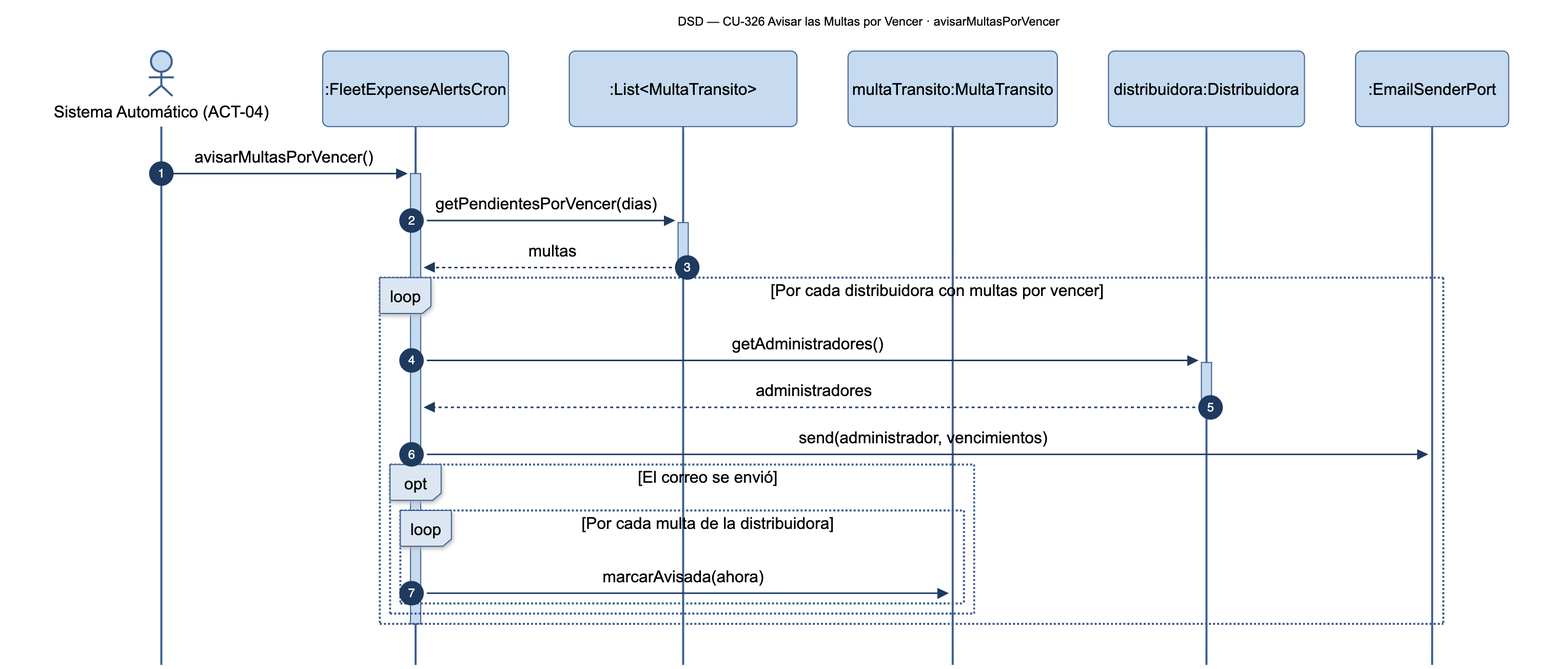
The Mermaid diagram diagramas/png/DSD_CU-326_avisarMultasPorVencer.png in Nahuelito-Dev/splg-docs, before a commit. Its source is kept beside it as diagramas/DSD_CU-326_avisarMultasPorVencer.mmd. The source it was exported from:
```mermaid
sequenceDiagram
    title DSD — CU-326 Avisar las Multas por Vencer · avisarMultasPorVencer
    autonumber
    actor SAU as Sistema Automático (ACT-04)
    participant CRN as :FleetExpenseAlertsCron
    participant LST as :List#lt;MultaTransito#gt;
    participant MUL as multaTransito:MultaTransito
    participant DIS as distribuidora:Distribuidora
    participant MAI as :EmailSenderPort

    SAU->>+CRN: avisarMultasPorVencer()
    CRN->>+LST: getPendientesPorVencer(dias)
    LST-->>-CRN: multas
    loop Por cada distribuidora con multas por vencer
        CRN->>+DIS: getAdministradores()
        DIS-->>-CRN: administradores
        CRN->>MAI: send(administrador, vencimientos)
        opt El correo se envió
            loop Por cada multa de la distribuidora
                CRN->>MUL: marcarAvisada(ahora)
            end
        end
    end
    deactivate CRN
```
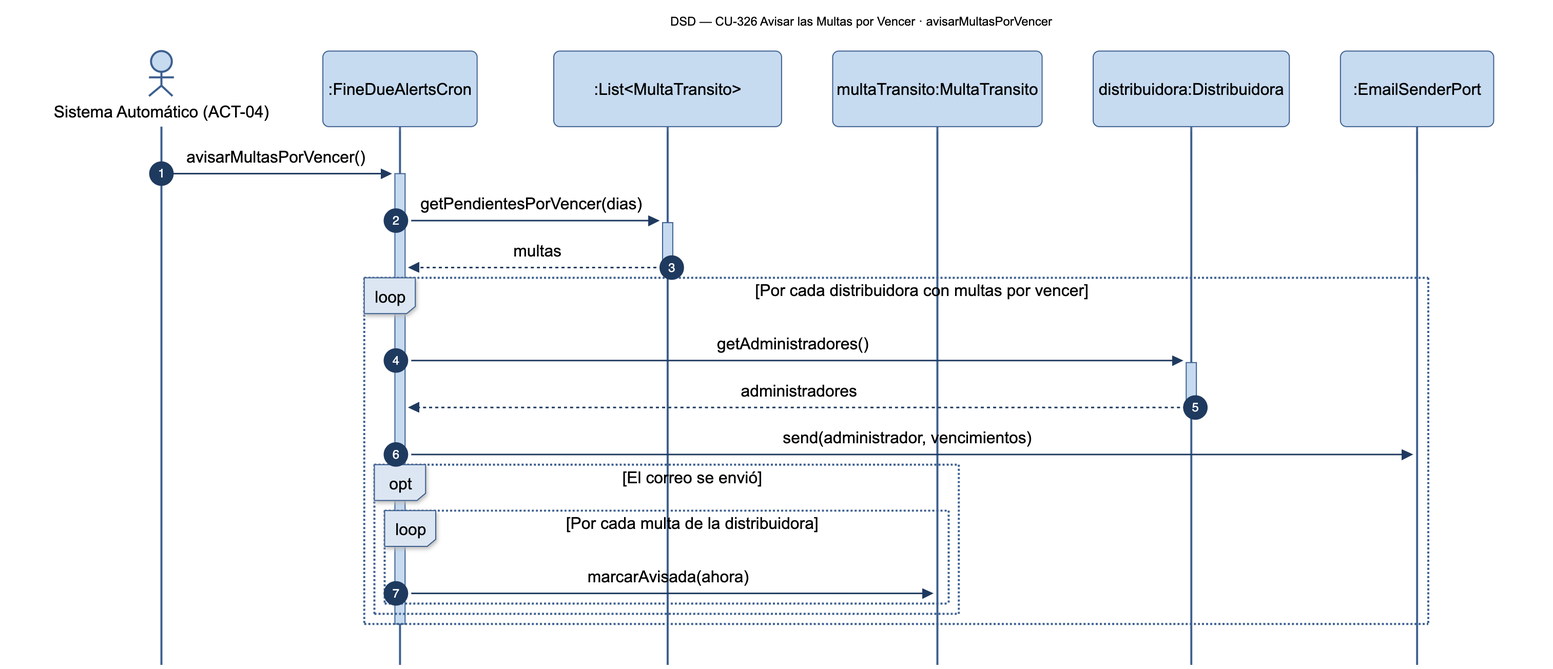
Later version of the same file.

What changed in the source:
```diff
@@ -2,7 +2,7 @@
     title DSD — CU-326 Avisar las Multas por Vencer · avisarMultasPorVencer
     autonumber
     actor SAU as Sistema Automático (ACT-04)
-    participant CRN as :FleetExpenseAlertsCron
+    participant CRN as :FineDueAlertsCron
     participant LST as :List#lt;MultaTransito#gt;
     participant MUL as multaTransito:MultaTransito
     participant DIS as distribuidora:Distribuidora
```
